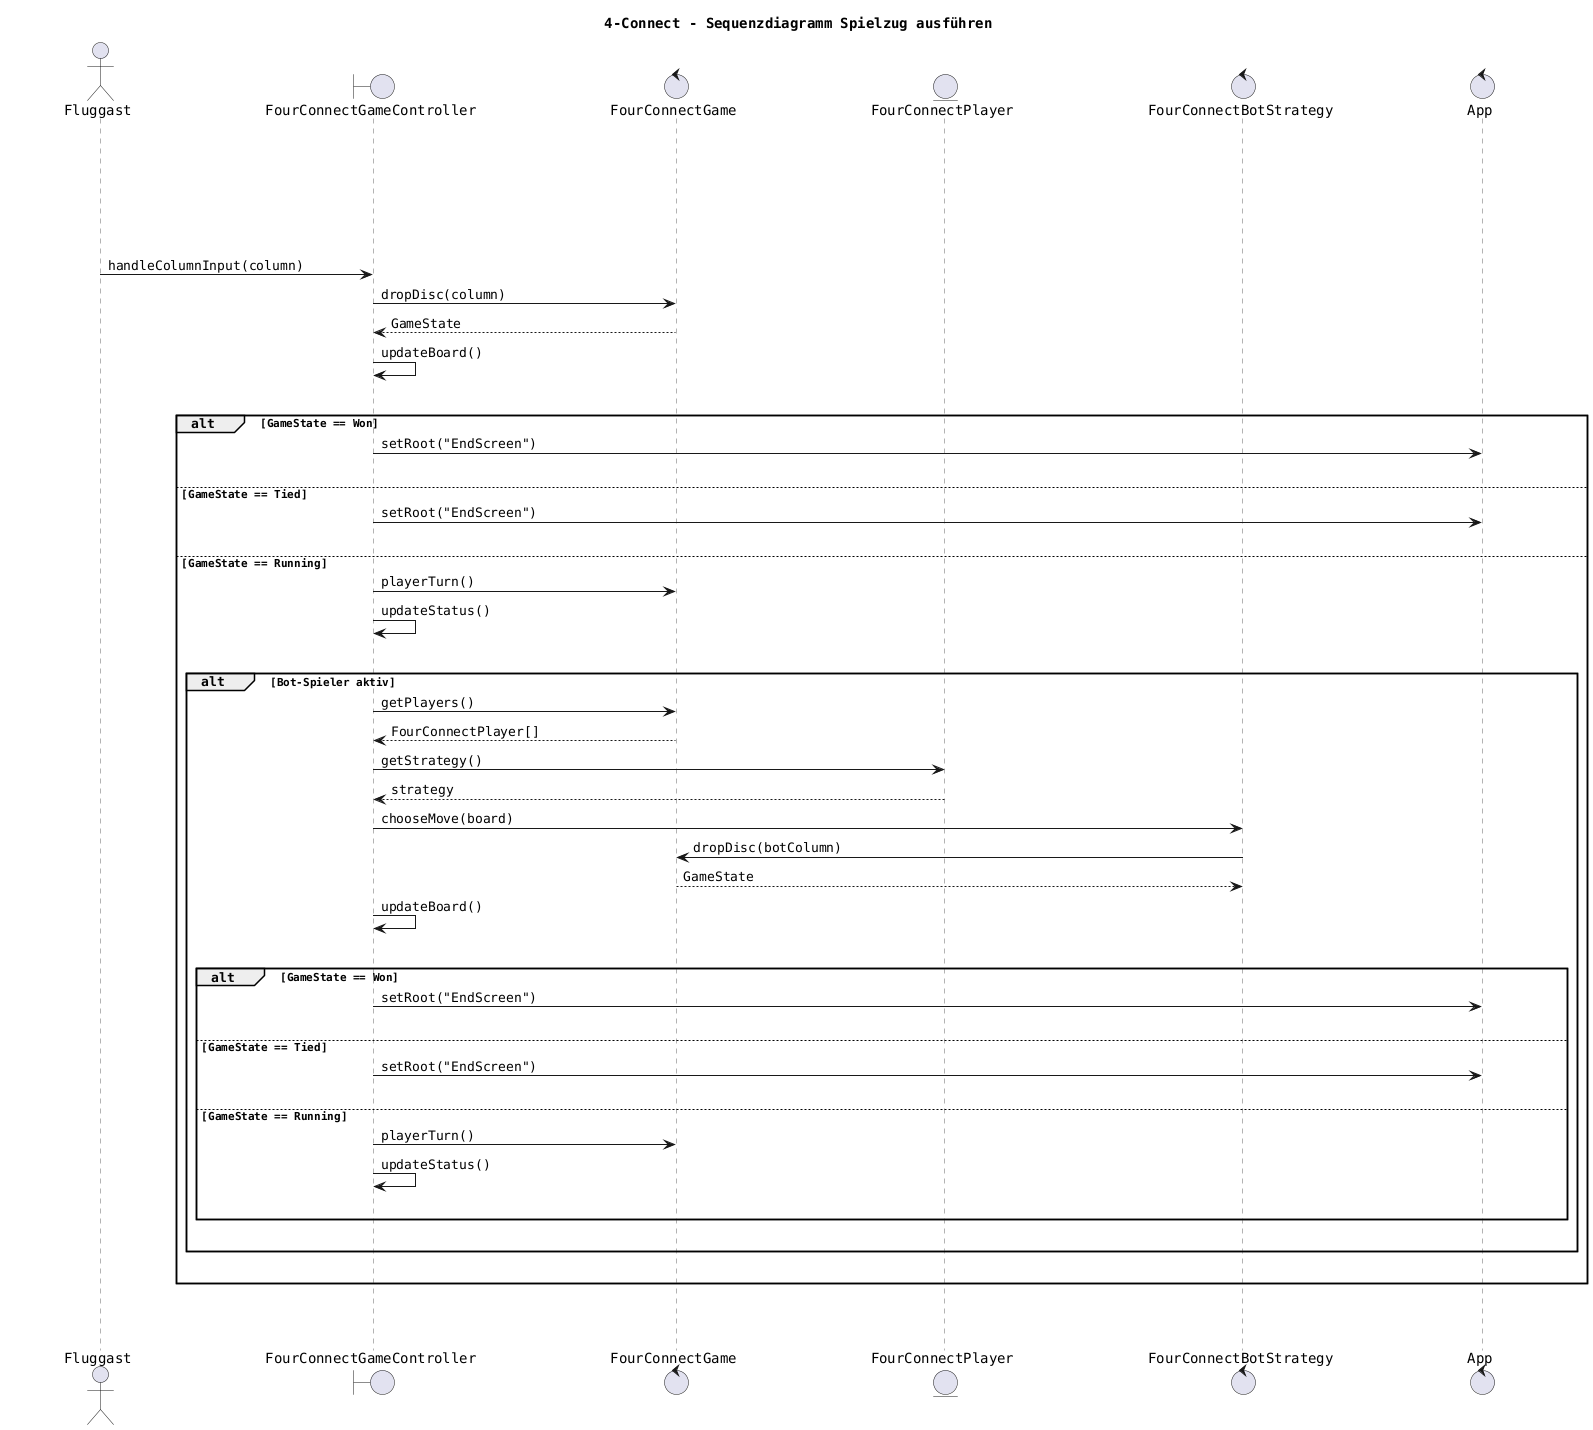
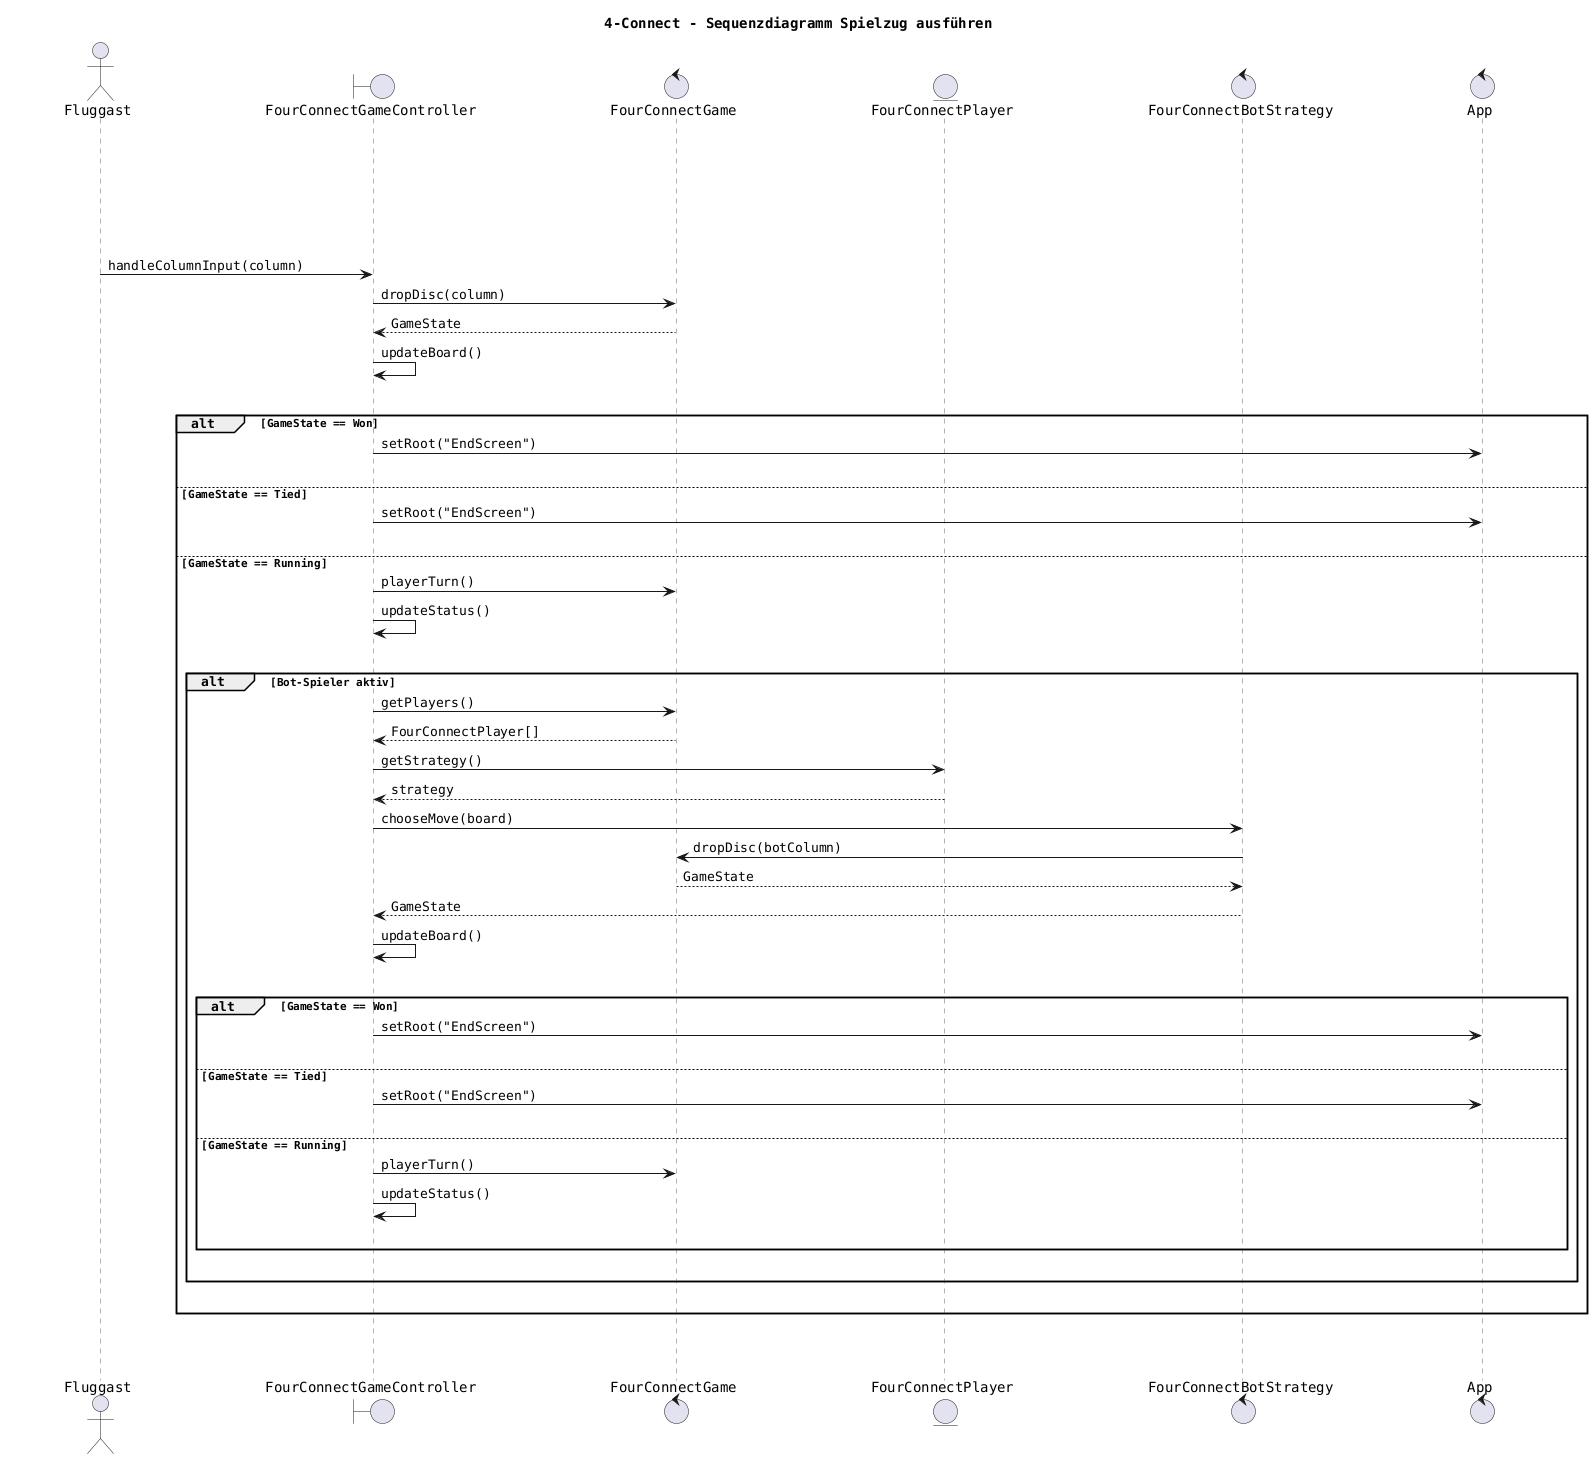
@startuml
title 4-Connect – Sequenzdiagramm Spielzug ausführen

skinparam defaultFontName Monospaced
skinparam ParticipantPadding 80
skinparam BoxPadding 50

skinparam SequenceLifeLineBorderColor #666666
skinparam SequenceLifeLineBackgroundColor transparent
skinparam SequenceArrowThickness 1

skinparam ResponseMessageBelowArrow true

actor "       Fluggast       " as Fluggast
|||
boundary "       FourConnectGameController       " as Controller
|||
control "       FourConnectGame       " as Game
|||
entity "       FourConnectPlayer       " as Player
|||
control "       FourConnectBotStrategy       " as Strategy
|||
control "       App       " as App

Fluggast -> Controller : handleColumnInput(column)

Controller -> Game : dropDisc(column)
Game --> Controller : GameState

Controller -> Controller : updateBoard()
|||

alt GameState == Won
  Controller -> App : setRoot("EndScreen")
|||
else GameState == Tied
  Controller -> App : setRoot("EndScreen")
|||
else GameState == Running
  Controller -> Game : playerTurn()
  Controller -> Controller : updateStatus()
|||

  alt Bot-Spieler aktiv

    Controller -> Game : getPlayers()
    Game --> Controller : FourConnectPlayer[]

    Controller -> Player : getStrategy()
    Player --> Controller : strategy

    Controller -> Strategy : chooseMove(board)
    Strategy -> Game : dropDisc(botColumn)
    Game --> Strategy : GameState

+     Strategy--> Controller: GameState
+ 
    Controller -> Controller : updateBoard()
    |||
    alt GameState == Won
      Controller -> App : setRoot("EndScreen")
    |||
    else GameState == Tied
      Controller -> App : setRoot("EndScreen")
    |||
    else GameState == Running
      Controller -> Game : playerTurn()
      Controller -> Controller : updateStatus()
      |||
    end
    |||
  end
  |||
end
|||
|||

@enduml
